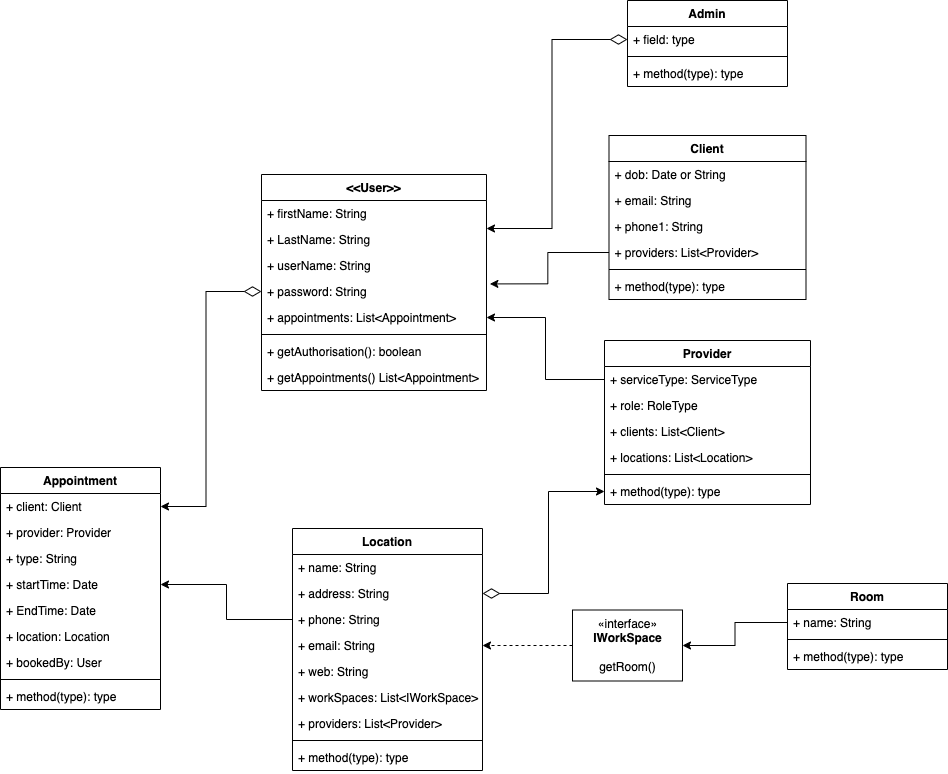
This is planning/2_diagrams/Appointment Management - Class Diagram.png from ccx1010sky/providers_clients, a draw.io export, as it was before one commit. Source tidied: cells renumbered, new cells last; positions are measured from the earlier drawing's top-left corner, leaving out a move shared by most shapes.
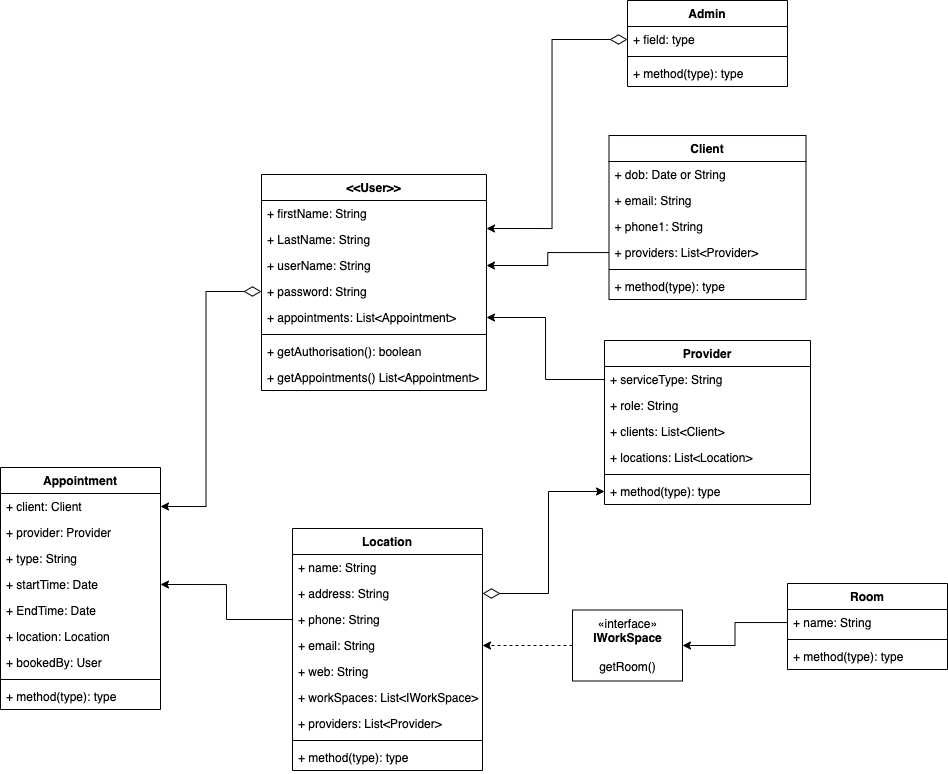
After the change.

Change to the diagram source:
```diff
@@ -56,10 +56,10 @@
     <mxCell id="19" value="Provider" style="swimlane;fontStyle=1;align=center;verticalAlign=top;horizontal=1;startSize=26;" parent="1" vertex="1">
       <mxGeometry x="604" y="340" width="206" height="164" as="geometry" />
     </mxCell>
-    <mxCell id="20" value="+ serviceType: ServiceType" style="text;strokeColor=none;fillColor=none;align=left;verticalAlign=top;spacingLeft=4;spacingRight=4;overflow=hidden;points=[[0,0.5],[1,0.5]];portConstraint=eastwest;" parent="19" vertex="1">
+    <mxCell id="20" value="+ serviceType: String" style="text;strokeColor=none;fillColor=none;align=left;verticalAlign=top;spacingLeft=4;spacingRight=4;overflow=hidden;points=[[0,0.5],[1,0.5]];portConstraint=eastwest;" parent="19" vertex="1">
       <mxGeometry y="26" width="206" height="26" as="geometry" />
     </mxCell>
-    <mxCell id="21" value="+ role: RoleType" style="text;strokeColor=none;fillColor=none;align=left;verticalAlign=top;spacingLeft=4;spacingRight=4;overflow=hidden;" parent="19" vertex="1">
+    <mxCell id="21" value="+ role: String" style="text;strokeColor=none;fillColor=none;align=left;verticalAlign=top;spacingLeft=4;spacingRight=4;overflow=hidden;" parent="19" vertex="1">
       <mxGeometry y="52" width="206" height="26" as="geometry" />
     </mxCell>
     <mxCell id="22" value="+ clients: List&lt;Client&gt;" style="text;strokeColor=none;fillColor=none;align=left;verticalAlign=top;spacingLeft=4;spacingRight=4;overflow=hidden;" parent="19" vertex="1">
@@ -167,7 +167,7 @@
     <mxCell id="56" style="edgeStyle=orthogonalEdgeStyle;rounded=0;jettySize=auto;html=1;entryX=1;entryY=0.25;entryDx=0;entryDy=0;startArrow=diamondThin;startFill=0;startSize=15;endSize=6;targetPerimeterSpacing=0;strokeWidth=1;" parent="1" edge="1" source="53" target="42">
       <mxGeometry relative="1" as="geometry" />
     </mxCell>
-    <mxCell id="57" style="edgeStyle=orthogonalEdgeStyle;rounded=0;jettySize=auto;html=1;entryX=1.015;entryY=0.208;entryDx=0;entryDy=0;entryPerimeter=0;startArrow=none;startFill=0;startSize=15;endSize=6;targetPerimeterSpacing=0;strokeWidth=1;" parent="1" edge="1" source="6" target="46">
+    <mxCell id="57" style="edgeStyle=orthogonalEdgeStyle;rounded=0;jettySize=auto;html=1;entryX=1;entryY=0.5;entryDx=0;entryDy=0;startArrow=none;startFill=0;startSize=15;endSize=6;targetPerimeterSpacing=0;strokeWidth=1;" parent="1" edge="1" source="6" target="45">
       <mxGeometry relative="1" as="geometry" />
     </mxCell>
     <mxCell id="58" style="edgeStyle=orthogonalEdgeStyle;rounded=0;jettySize=auto;html=1;entryX=1;entryY=0.5;entryDx=0;entryDy=0;startArrow=none;startFill=0;startSize=15;endSize=6;targetPerimeterSpacing=0;strokeWidth=1;" parent="1" edge="1" source="20" target="47">
```
